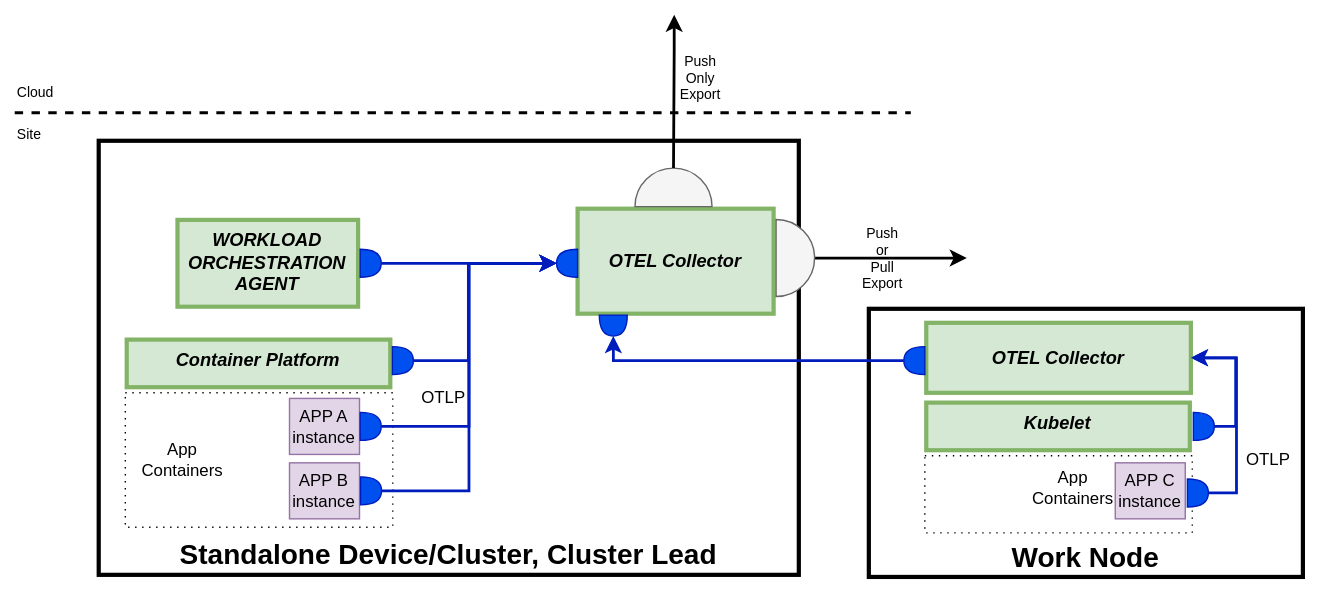
This is system-design/figures/System-design-observability-deployment2.drawio.svg from margo/specification, a draw.io export, as it was before one commit. Source tidied: cells renumbered, new cells last; positions are measured from the earlier drawing's top-left corner, leaving out a move shared by most shapes.
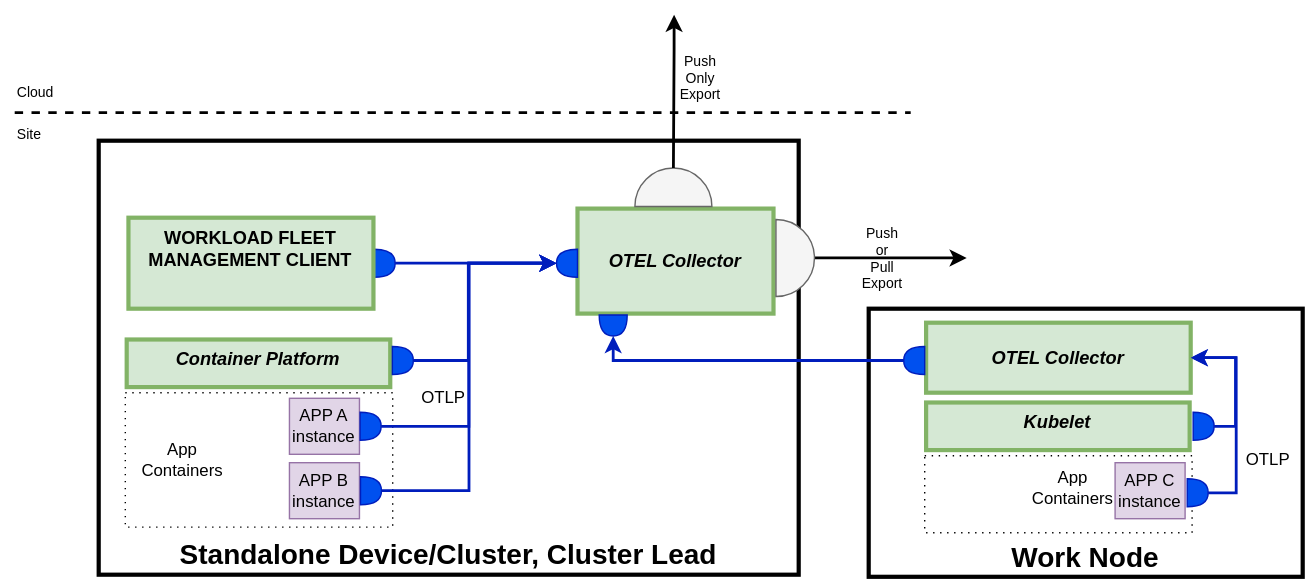
After the commit.

Change to the diagram source:
```diff
@@ -46,14 +46,11 @@
         </Array>
       </mxGeometry>
     </mxCell>
-    <mxCell id="15" value="WORKLOAD&#10;ORCHESTRATION AGENT" style="whiteSpace=wrap;align=center;verticalAlign=top;fontStyle=3;strokeWidth=3;fontSize=13;rounded=0;fontFamily=Helvetica;fillColor=#d5e8d4;strokeColor=#82b366;" parent="1" vertex="1">
-      <mxGeometry x="126.2" y="156.5" width="129" height="62" as="geometry" />
-    </mxCell>
     <mxCell id="16" style="edgeStyle=orthogonalEdgeStyle;rounded=0;jettySize=auto;html=1;exitX=1;exitY=0.5;exitDx=0;exitDy=0;exitPerimeter=0;entryX=1;entryY=0.5;entryDx=0;entryDy=0;entryPerimeter=0;fillColor=#0050ef;strokeColor=#001DBC;fontFamily=Helvetica;strokeWidth=2;" parent="1" edge="1" source="10" target="9">
       <mxGeometry relative="1" as="geometry" />
     </mxCell>
     <mxCell id="17" style="shape=or;whiteSpace=wrap;html=1;fillColor=#0050ef;strokeColor=#001DBC;direction=south;rotation=-90;fontFamily=Helvetica;verticalAlign=top;rounded=0;fontColor=#ffffff;" parent="1" vertex="1">
-      <mxGeometry x="254.2" y="180" width="20" height="15" as="geometry" />
+      <mxGeometry x="264.2" y="180" width="20" height="15" as="geometry" />
     </mxCell>
     <mxCell id="18" style="edgeStyle=orthogonalEdgeStyle;rounded=0;jettySize=auto;html=1;exitX=1;exitY=0.5;exitDx=0;exitDy=0;exitPerimeter=0;entryX=1;entryY=0.5;entryDx=0;entryDy=0;entryPerimeter=0;fillColor=#0050ef;strokeColor=#001DBC;fontFamily=Helvetica;strokeWidth=2;" parent="1" edge="1" source="17" target="9">
       <mxGeometry relative="1" as="geometry" />
@@ -152,5 +149,8 @@
         </Array>
       </mxGeometry>
     </mxCell>
+    <mxCell id="44" value="WORKLOAD FLEET MANAGEMENT CLIENT" style="whiteSpace=wrap;align=center;verticalAlign=top;fontStyle=1;strokeWidth=3;fontSize=13;rounded=0;fontFamily=Helvetica;fillColor=#d5e8d4;strokeColor=#82b366;" parent="1" vertex="1">
+      <mxGeometry x="91.2" y="155" width="175" height="65" as="geometry" />
+    </mxCell>
   </root>
 </mxGraphModel>
```
